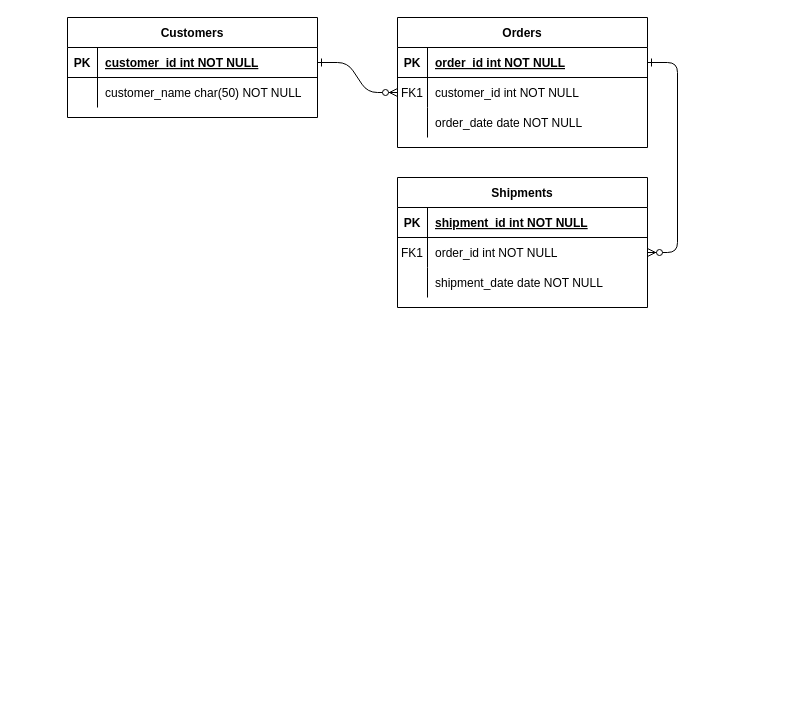
Tongleng/testing_git keeps this draw.io diagram as Untitled Diagram.drawio. Above is the earlier version. Source tidied: cells renumbered, new cells numbered last; positions are measured from the earlier drawing's top-left corner, leaving out a move shared by most shapes. Both pictures are drawn from the tidied source at 100%, with x=0, y=0 at pixel (67, 17).
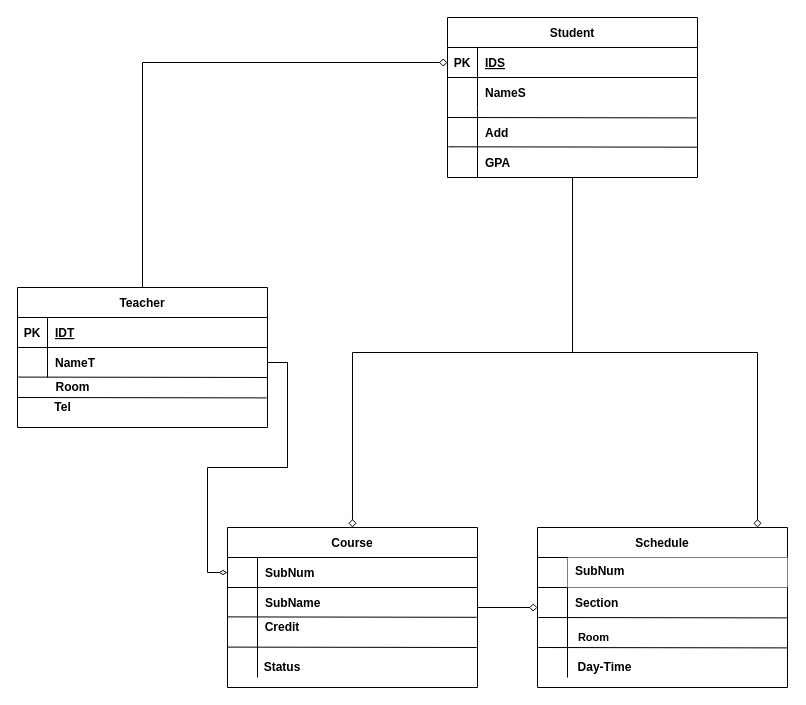
The same diagram, later.

Unchanged cells that the change refers to:
```xml
<mxCell id="5" style="shape=partialRectangle;fillColor=none;points=[[0,0.5],[1,0.5]];portConstraint=eastwest;top=0;left=0;right=0;bottom=1;" parent="4" vertex="1">
  <mxGeometry y="30" width="250" height="30" as="geometry" />
</mxCell>
<mxCell id="8" style="shape=partialRectangle;fillColor=none;points=[[0,0.5],[1,0.5]];portConstraint=eastwest;top=0;left=0;right=0;bottom=0;" parent="4" vertex="1">
  <mxGeometry y="60" width="250" height="30" as="geometry" />
</mxCell>
<mxCell id="15" style="shape=partialRectangle;fillColor=none;top=0;left=0;right=0;bottom=1;" parent="14" vertex="1">
  <mxGeometry y="30" width="250" height="30" as="geometry" />
</mxCell>
<mxCell id="18" style="shape=partialRectangle;fillColor=none;points=[[0,0.5],[1,0.5]];portConstraint=eastwest;top=0;left=0;right=0;bottom=0;" parent="14" vertex="1">
  <mxGeometry y="60" width="250" height="30" as="geometry" />
</mxCell>
<mxCell id="25" style="shape=partialRectangle;fillColor=none;points=[[0,0.5],[1,0.5]];portConstraint=eastwest;top=0;left=0;right=0;bottom=1;" parent="24" vertex="1">
  <mxGeometry y="30" width="250" height="30" as="geometry" />
</mxCell>
<mxCell id="28" style="shape=partialRectangle;fillColor=none;points=[[0,0.5],[1,0.5]];portConstraint=eastwest;top=0;left=0;right=0;bottom=0;" parent="24" vertex="1">
  <mxGeometry y="60" width="250" height="30" as="geometry" />
</mxCell>
```

What changed in the source:
```diff
@@
-    <mxCell id="2" style="edgeStyle=entityRelationEdgeStyle;endArrow=ERzeroToMany;startArrow=ERone;endFill=1;startFill=0;" parent="1" edge="1" source="25" target="8">
-      <mxGeometry relative="1" as="geometry" />
-    </mxCell>
-    <mxCell id="3" style="edgeStyle=entityRelationEdgeStyle;endArrow=ERzeroToMany;startArrow=ERone;endFill=1;startFill=0;" parent="1" edge="1" source="5" target="18">
-      <mxGeometry relative="1" as="geometry" />
-    </mxCell>
+    <mxCell id="31" style="edgeStyle=orthogonalEdgeStyle;rounded=0;jettySize=auto;html=1;endArrow=diamond;endFill=0;" parent="1" edge="1" source="4" target="36">
+      <mxGeometry relative="1" as="geometry" />
+    </mxCell>
+    <mxCell id="32" style="edgeStyle=orthogonalEdgeStyle;rounded=0;jettySize=auto;html=1;endArrow=diamond;endFill=0;entryX=0.88;entryY=0;entryDx=0;entryDy=0;entryPerimeter=0;" parent="1" edge="1" source="4" target="14">
+      <mxGeometry relative="1" as="geometry" />
+    </mxCell>
-    <mxCell id="4" value="Orders" style="shape=table;startSize=30;childLayout=tableLayout;rowLines=0;fontStyle=1;align=center;" parent="1" vertex="1">
-      <mxGeometry x="330" width="250" height="130" as="geometry" />
+    <mxCell id="4" value="Student" style="shape=table;startSize=30;childLayout=tableLayout;rowLines=0;fontStyle=1;align=center;" parent="1" vertex="1">
+      <mxGeometry x="380" width="250" height="160" as="geometry" />
     </mxCell>
@@
-    <mxCell id="7" value="order_id int NOT NULL " style="shape=partialRectangle;overflow=hidden;fillColor=none;top=0;left=0;bottom=0;right=0;align=left;spacingLeft=6;fontStyle=5;" parent="5" vertex="1">
+    <mxCell id="7" value="IDS" style="shape=partialRectangle;overflow=hidden;fillColor=none;top=0;left=0;bottom=0;right=0;align=left;spacingLeft=6;fontStyle=5;" parent="5" vertex="1">
       <mxGeometry x="30" width="220" height="30" as="geometry" />
     </mxCell>
@@
-    <mxCell id="9" value="FK1" style="shape=partialRectangle;overflow=hidden;fillColor=none;top=0;left=0;bottom=0;right=0;" parent="8" vertex="1">
+    <mxCell id="9" style="shape=partialRectangle;overflow=hidden;fillColor=none;top=0;left=0;bottom=0;right=0;" parent="8" vertex="1">
       <mxGeometry width="30" height="30" as="geometry" />
     </mxCell>
-    <mxCell id="10" value="customer_id int NOT NULL" style="shape=partialRectangle;overflow=hidden;fillColor=none;top=0;left=0;bottom=0;right=0;align=left;spacingLeft=6;" parent="8" vertex="1">
+    <mxCell id="10" value="NameS" style="shape=partialRectangle;overflow=hidden;fillColor=none;top=0;left=0;bottom=0;right=0;align=left;spacingLeft=6;fontStyle=1;" parent="8" vertex="1">
       <mxGeometry x="30" width="220" height="30" as="geometry" />
     </mxCell>
     <mxCell id="11" style="shape=partialRectangle;fillColor=none;top=0;left=0;right=0;bottom=0;" parent="4" vertex="1">
-      <mxGeometry y="90" width="250" height="30" as="geometry" />
+      <mxGeometry y="90" width="250" height="70" as="geometry" />
     </mxCell>
     <mxCell id="12" style="shape=partialRectangle;overflow=hidden;fillColor=none;top=0;left=0;bottom=0;right=0;" parent="11" vertex="1">
-      <mxGeometry width="30" height="30" as="geometry" />
+      <mxGeometry width="30" height="70" as="geometry" />
     </mxCell>
-    <mxCell id="13" value="order_date date NOT NULL" style="shape=partialRectangle;overflow=hidden;fillColor=none;top=0;left=0;bottom=0;right=0;align=left;spacingLeft=6;" parent="11" vertex="1">
-      <mxGeometry x="30" width="220" height="30" as="geometry" />
+    <mxCell id="13" style="shape=partialRectangle;overflow=hidden;fillColor=none;top=0;left=0;bottom=0;right=0;align=left;spacingLeft=6;fontStyle=1;" parent="11" vertex="1">
+      <mxGeometry x="30" width="220" height="70" as="geometry" />
     </mxCell>
-    <mxCell id="14" value="Shipments" style="shape=table;startSize=30;childLayout=tableLayout;rowLines=0;fontStyle=1;align=center;" parent="1" vertex="1">
-      <mxGeometry x="330" y="160" width="250" height="130" as="geometry" />
+    <mxCell id="14" value="Schedule" style="shape=table;startSize=30;childLayout=tableLayout;rowLines=0;fontStyle=1;align=center;" parent="1" vertex="1">
+      <mxGeometry x="470" y="510" width="250" height="160" as="geometry" />
     </mxCell>
@@
-    <mxCell id="16" value="PK" style="shape=partialRectangle;overflow=hidden;fillColor=none;top=0;left=0;bottom=0;right=0;fontStyle=1;" parent="15" vertex="1">
+    <mxCell id="16" style="shape=partialRectangle;overflow=hidden;fillColor=none;top=0;left=0;bottom=0;right=0;fontStyle=1;" parent="15" vertex="1">
       <mxGeometry width="30" height="30" as="geometry" />
     </mxCell>
-    <mxCell id="17" value="shipment_id int NOT NULL " style="shape=partialRectangle;overflow=hidden;fillColor=none;top=0;left=0;bottom=0;right=0;align=left;spacingLeft=6;fontStyle=5;" parent="15" vertex="1">
+    <mxCell id="17" value="SubNum" style="shape=partialRectangle;overflow=hidden;top=0;left=0;bottom=0;right=0;align=left;spacingLeft=6;fontStyle=1;verticalAlign=top;strokeColor=none;" parent="15" vertex="1">
       <mxGeometry x="30" width="220" height="30" as="geometry" />
     </mxCell>
@@
-    <mxCell id="19" value="FK1" style="shape=partialRectangle;overflow=hidden;fillColor=none;top=0;left=0;bottom=0;right=0;" parent="18" vertex="1">
+    <mxCell id="19" style="shape=partialRectangle;overflow=hidden;fillColor=none;top=0;left=0;bottom=0;right=0;" parent="18" vertex="1">
       <mxGeometry width="30" height="30" as="geometry" />
     </mxCell>
-    <mxCell id="20" value="order_id int NOT NULL" style="shape=partialRectangle;overflow=hidden;fillColor=none;top=0;left=0;bottom=0;right=0;align=left;spacingLeft=6;" parent="18" vertex="1">
+    <mxCell id="20" value="Section" style="shape=partialRectangle;overflow=hidden;fillColor=none;top=0;left=0;bottom=0;right=0;align=left;spacingLeft=6;fontStyle=1;" parent="18" vertex="1">
       <mxGeometry x="30" width="220" height="30" as="geometry" />
     </mxCell>
     <mxCell id="21" style="shape=partialRectangle;fillColor=none;top=0;left=0;right=0;bottom=0;" parent="14" vertex="1">
-      <mxGeometry y="90" width="250" height="30" as="geometry" />
+      <mxGeometry y="90" width="250" height="60" as="geometry" />
     </mxCell>
     <mxCell id="22" style="shape=partialRectangle;overflow=hidden;fillColor=none;top=0;left=0;bottom=0;right=0;" parent="21" vertex="1">
-      <mxGeometry width="30" height="30" as="geometry" />
+      <mxGeometry width="30" height="60" as="geometry" />
     </mxCell>
-    <mxCell id="23" value="shipment_date date NOT NULL" style="shape=partialRectangle;overflow=hidden;fillColor=none;top=0;left=0;bottom=0;right=0;align=left;spacingLeft=6;" parent="21" vertex="1">
-      <mxGeometry x="30" width="220" height="30" as="geometry" />
+    <mxCell id="23" style="shape=partialRectangle;overflow=hidden;fillColor=none;top=0;left=0;bottom=0;right=0;align=left;spacingLeft=6;" parent="21" vertex="1">
+      <mxGeometry x="30" width="220" height="60" as="geometry" />
     </mxCell>
+    <mxCell id="33" style="edgeStyle=orthogonalEdgeStyle;rounded=0;jettySize=auto;html=1;entryX=0;entryY=0.5;entryDx=0;entryDy=0;endArrow=diamond;endFill=0;" parent="1" edge="1" source="24" target="5">
+      <mxGeometry relative="1" as="geometry" />
+    </mxCell>
-    <mxCell id="24" value="Customers" style="shape=table;startSize=30;childLayout=tableLayout;rowLines=0;fontStyle=1;align=center;" parent="1" vertex="1">
-      <mxGeometry width="250" height="100" as="geometry" />
+    <mxCell id="24" value="Teacher" style="shape=table;startSize=30;childLayout=tableLayout;rowLines=0;fontStyle=1;align=center;" parent="1" vertex="1">
+      <mxGeometry x="-50" y="270" width="250" height="140" as="geometry" />
     </mxCell>
@@
-    <mxCell id="27" value="customer_id int NOT NULL " style="shape=partialRectangle;overflow=hidden;fillColor=none;top=0;left=0;bottom=0;right=0;align=left;spacingLeft=6;fontStyle=5;" parent="25" vertex="1">
+    <mxCell id="27" value="IDT" style="shape=partialRectangle;overflow=hidden;fillColor=none;top=0;left=0;bottom=0;right=0;align=left;spacingLeft=6;fontStyle=5;" parent="25" vertex="1">
       <mxGeometry x="30" width="220" height="30" as="geometry" />
     </mxCell>
+    <mxCell id="34" style="endArrow=none;html=1;entryX=1;entryY=1;entryDx=0;entryDy=0;entryPerimeter=0;exitX=0.003;exitY=0.986;exitDx=0;exitDy=0;exitPerimeter=0;" parent="24" edge="1" source="28" target="28">
+      <mxGeometry relative="1" as="geometry" />
+    </mxCell>
@@
-    <mxCell id="30" value="customer_name char(50) NOT NULL" style="shape=partialRectangle;overflow=hidden;fillColor=none;top=0;left=0;bottom=0;right=0;align=left;spacingLeft=6;" parent="28" vertex="1">
+    <mxCell id="30" value="NameT" style="shape=partialRectangle;overflow=hidden;fillColor=none;top=0;left=0;bottom=0;right=0;align=left;spacingLeft=6;fontStyle=1;" parent="28" vertex="1">
       <mxGeometry x="30" width="220" height="30" as="geometry" />
     </mxCell>
+    <mxCell id="35" style="edgeStyle=orthogonalEdgeStyle;rounded=0;jettySize=auto;html=1;endArrow=diamond;endFill=0;" parent="1" edge="1" source="36" target="14">
+      <mxGeometry relative="1" as="geometry" />
+    </mxCell>
+    <mxCell id="36" value="Course" style="shape=table;startSize=30;childLayout=tableLayout;rowLines=0;fontStyle=1;align=center;" parent="1" vertex="1">
+      <mxGeometry x="160" y="510" width="250" height="160" as="geometry" />
+    </mxCell>
+    <mxCell id="37" style="shape=partialRectangle;fillColor=none;points=[[0,0.5],[1,0.5]];portConstraint=eastwest;top=0;left=0;right=0;bottom=1;" parent="36" vertex="1">
+      <mxGeometry y="30" width="250" height="30" as="geometry" />
+    </mxCell>
+    <mxCell id="38" style="shape=partialRectangle;overflow=hidden;fillColor=none;top=0;left=0;bottom=0;right=0;fontStyle=1;" parent="37" vertex="1">
+      <mxGeometry width="30" height="30" as="geometry" />
+    </mxCell>
+    <mxCell id="39" value="SubNum" style="shape=partialRectangle;overflow=hidden;fillColor=none;top=0;left=0;bottom=0;right=0;align=left;spacingLeft=6;fontStyle=1;" parent="37" vertex="1">
+      <mxGeometry x="30" width="220" height="30" as="geometry" />
+    </mxCell>
+    <mxCell id="40" style="shape=partialRectangle;fillColor=none;top=0;left=0;right=0;bottom=0;" parent="36" vertex="1">
+      <mxGeometry y="60" width="250" height="30" as="geometry" />
+    </mxCell>
+    <mxCell id="41" style="shape=partialRectangle;overflow=hidden;fillColor=none;top=0;left=0;bottom=0;right=0;" parent="40" vertex="1">
+      <mxGeometry width="30" height="30" as="geometry" />
+    </mxCell>
+    <mxCell id="42" value="SubName" style="shape=partialRectangle;overflow=hidden;fillColor=none;top=0;left=0;bottom=0;right=0;align=left;spacingLeft=6;fontStyle=1;" parent="40" vertex="1">
+      <mxGeometry x="30" width="220" height="30" as="geometry" />
+    </mxCell>
+    <mxCell id="43" style="shape=partialRectangle;fillColor=none;top=0;left=0;right=0;bottom=0;" parent="36" vertex="1">
+      <mxGeometry y="90" width="250" height="60" as="geometry" />
+    </mxCell>
+    <mxCell id="44" style="shape=partialRectangle;overflow=hidden;fillColor=none;top=0;left=0;bottom=0;right=0;" parent="43" vertex="1">
+      <mxGeometry width="30" height="60" as="geometry" />
+    </mxCell>
+    <mxCell id="45" style="shape=partialRectangle;overflow=hidden;fillColor=none;top=0;left=0;bottom=0;right=0;align=left;spacingLeft=6;" parent="43" vertex="1">
+      <mxGeometry x="30" width="220" height="60" as="geometry" />
+    </mxCell>
+    <mxCell id="46" style="endArrow=none;html=1;entryX=1;entryY=1;entryDx=0;entryDy=0;entryPerimeter=0;exitX=0.003;exitY=0.986;exitDx=0;exitDy=0;exitPerimeter=0;" parent="1" edge="1">
+      <mxGeometry relative="1" as="geometry">
+        <mxPoint x="-50" y="380" as="sourcePoint" />
+        <mxPoint x="199.2" y="380.4" as="targetPoint" />
+      </mxGeometry>
+    </mxCell>
+    <mxCell id="47" value="&lt;b&gt;Room&lt;/b&gt;" style="text;html=1;align=center;verticalAlign=middle;" parent="1" vertex="1">
+      <mxGeometry x="-20" y="360" width="50" height="20" as="geometry" />
+    </mxCell>
+    <mxCell id="48" value="&lt;b&gt;Tel&lt;/b&gt;" style="text;html=1;align=center;verticalAlign=middle;" parent="1" vertex="1">
+      <mxGeometry x="-20" y="380" width="30" height="20" as="geometry" />
+    </mxCell>
+    <mxCell id="49" style="endArrow=none;html=1;entryX=1;entryY=1;entryDx=0;entryDy=0;entryPerimeter=0;exitX=0.003;exitY=0.986;exitDx=0;exitDy=0;exitPerimeter=0;" parent="1" edge="1">
+      <mxGeometry relative="1" as="geometry">
+        <mxPoint x="380.8" y="129.3" as="sourcePoint" />
+        <mxPoint x="630" y="129.7" as="targetPoint" />
+      </mxGeometry>
+    </mxCell>
+    <mxCell id="50" style="endArrow=none;html=1;entryX=1;entryY=1;entryDx=0;entryDy=0;entryPerimeter=0;exitX=0.003;exitY=0.986;exitDx=0;exitDy=0;exitPerimeter=0;" parent="1" edge="1">
+      <mxGeometry relative="1" as="geometry">
+        <mxPoint x="380" y="100" as="sourcePoint" />
+        <mxPoint x="629.2" y="100.4" as="targetPoint" />
+      </mxGeometry>
+    </mxCell>
+    <mxCell id="51" value="Add" style="shape=partialRectangle;overflow=hidden;fillColor=none;top=0;left=0;bottom=0;right=0;align=left;spacingLeft=6;fontStyle=1;" parent="1" vertex="1">
+      <mxGeometry x="410" y="100" width="220" height="30" as="geometry" />
+    </mxCell>
+    <mxCell id="52" value="GPA" style="shape=partialRectangle;overflow=hidden;fillColor=none;top=0;left=0;bottom=0;right=0;align=left;spacingLeft=6;fontStyle=1;" parent="1" vertex="1">
+      <mxGeometry x="410" y="130" width="220" height="30" as="geometry" />
+    </mxCell>
+    <mxCell id="53" style="endArrow=none;html=1;entryX=1;entryY=1;entryDx=0;entryDy=0;entryPerimeter=0;exitX=0.003;exitY=0.986;exitDx=0;exitDy=0;exitPerimeter=0;" parent="1" edge="1">
+      <mxGeometry relative="1" as="geometry">
+        <mxPoint x="160" y="599.4" as="sourcePoint" />
+        <mxPoint x="409.2" y="599.8" as="targetPoint" />
+      </mxGeometry>
+    </mxCell>
+    <mxCell id="54" style="endArrow=none;html=1;entryX=1;entryY=1;entryDx=0;entryDy=0;entryPerimeter=0;exitX=0.003;exitY=0.986;exitDx=0;exitDy=0;exitPerimeter=0;" parent="1" edge="1">
+      <mxGeometry relative="1" as="geometry">
+        <mxPoint x="160" y="629.6" as="sourcePoint" />
+        <mxPoint x="409.2" y="630" as="targetPoint" />
+      </mxGeometry>
+    </mxCell>
+    <mxCell id="55" value="&lt;b&gt;Credit&lt;/b&gt;" style="text;html=1;strokeColor=none;fillColor=none;align=center;verticalAlign=middle;whiteSpace=wrap;rounded=0;" parent="1" vertex="1">
+      <mxGeometry x="195" y="600" width="40" height="20" as="geometry" />
+    </mxCell>
+    <mxCell id="56" value="&lt;b&gt;Status&lt;br&gt;&lt;/b&gt;" style="text;html=1;strokeColor=none;fillColor=none;align=center;verticalAlign=middle;whiteSpace=wrap;rounded=0;" parent="1" vertex="1">
+      <mxGeometry x="195" y="640" width="40" height="20" as="geometry" />
+    </mxCell>
+    <mxCell id="57" value="&lt;b&gt;Room&lt;/b&gt;" style="endArrow=none;html=1;entryX=1;entryY=1;entryDx=0;entryDy=0;entryPerimeter=0;exitX=0.003;exitY=0.986;exitDx=0;exitDy=0;exitPerimeter=0;" parent="1" edge="1">
+      <mxGeometry x="-0.56" y="-20" relative="1" as="geometry">
+        <mxPoint x="470.8" y="600" as="sourcePoint" />
+        <mxPoint x="720" y="600.4" as="targetPoint" />
+      </mxGeometry>
+    </mxCell>
+    <mxCell id="58" style="endArrow=none;html=1;entryX=1;entryY=1;entryDx=0;entryDy=0;entryPerimeter=0;exitX=0.003;exitY=0.986;exitDx=0;exitDy=0;exitPerimeter=0;" parent="1" edge="1">
+      <mxGeometry relative="1" as="geometry">
+        <mxPoint x="470.8" y="630" as="sourcePoint" />
+        <mxPoint x="720" y="630.4" as="targetPoint" />
+      </mxGeometry>
+    </mxCell>
+    <mxCell id="59" value="&lt;b&gt;Day-Time&lt;/b&gt;" style="text;html=1;strokeColor=none;fillColor=none;align=center;verticalAlign=middle;whiteSpace=wrap;rounded=0;" parent="1" vertex="1">
+      <mxGeometry x="500" y="640" width="75" height="20" as="geometry" />
+    </mxCell>
+    <mxCell id="60" style="edgeStyle=orthogonalEdgeStyle;rounded=0;jettySize=auto;html=1;endArrow=diamondThin;endFill=0;" parent="1" edge="1" source="28" target="37">
+      <mxGeometry relative="1" as="geometry" />
+    </mxCell>
```
